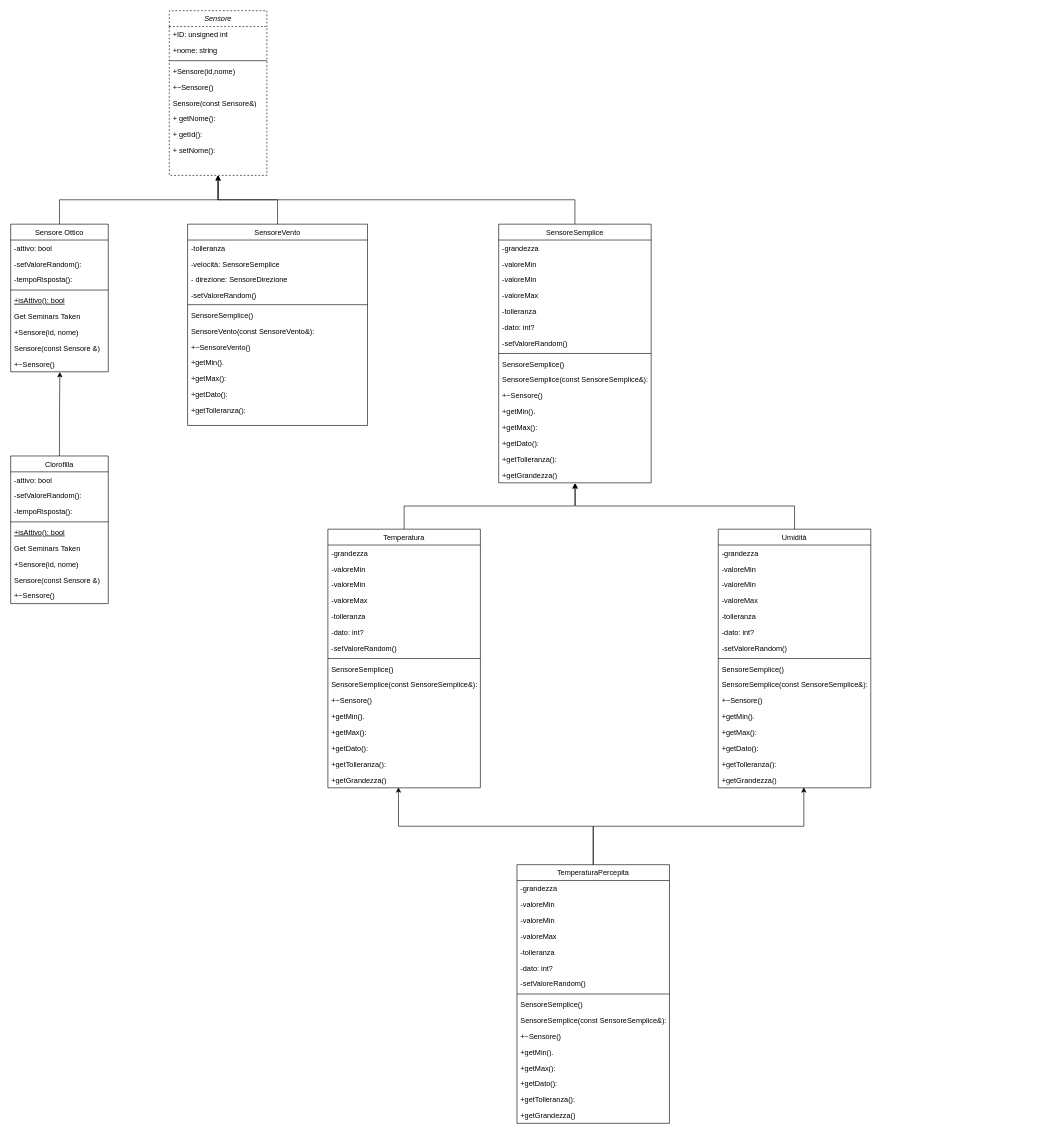
Earlier version of the draw.io diagram Pao2024lo.drawio (matteoumatche/PAO2024). Source tidied: cells renumbered, new cells numbered last; positions are measured from the earlier drawing's top-left corner, leaving out a move shared by most shapes. Both pictures are drawn from the tidied source at 61%, with x=0, y=0 at pixel (10, 10).
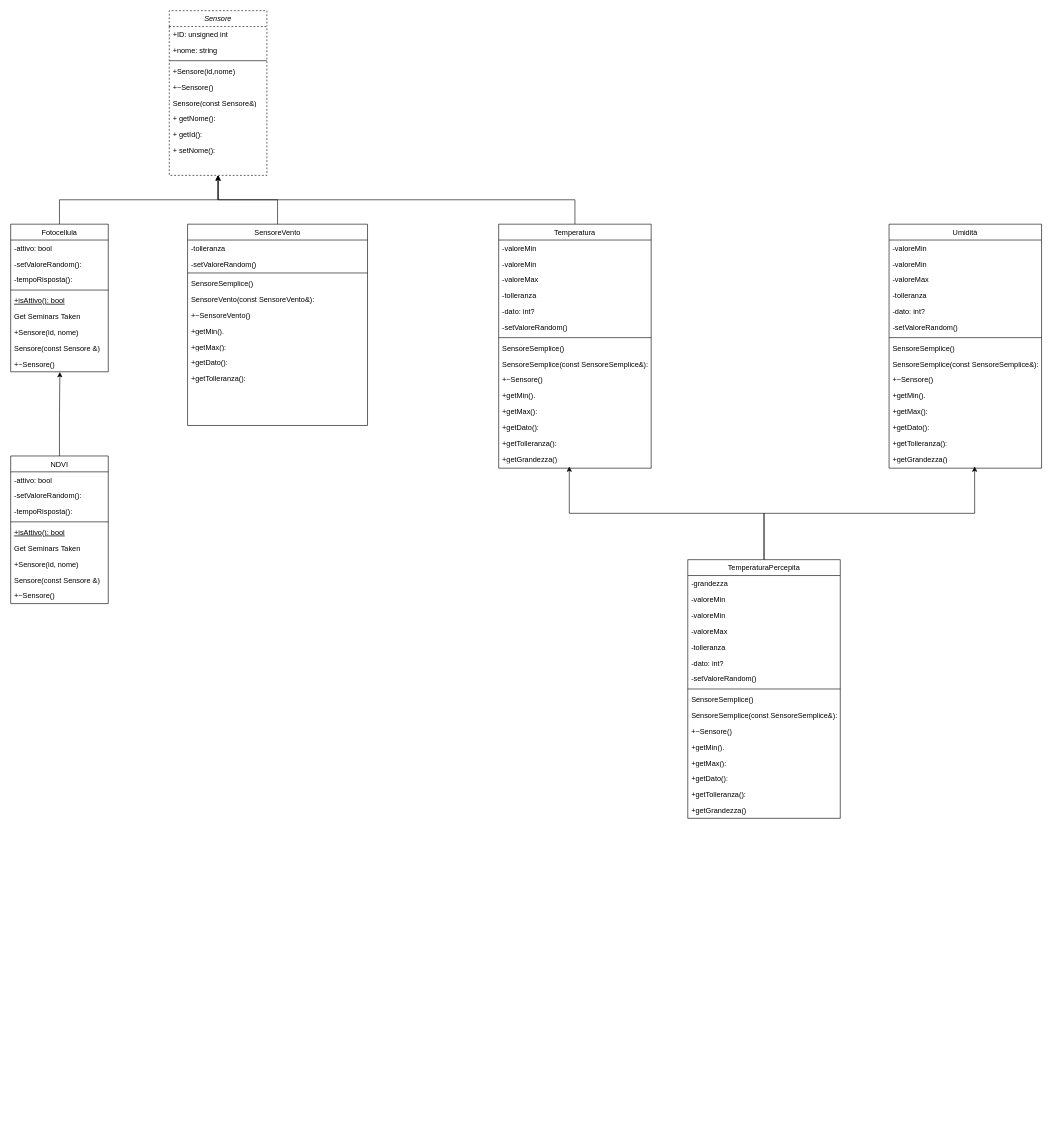
Above is the later version.

Unchanged cells that the change refers to:
```xml
<mxCell id="2" value="Sensore" style="swimlane;fontStyle=2;align=center;verticalAlign=top;horizontal=1;startSize=26;rounded=0;shadow=0;strokeWidth=1;dashed=1;" parent="1" vertex="1">
  <mxGeometry x="260" width="160" height="270" as="geometry" />
</mxCell>
<mxCell id="42" value="SensoreVento" style="swimlane;fontStyle=0;align=center;verticalAlign=top;horizontal=1;startSize=26;rounded=0;shadow=0;strokeWidth=1;" parent="1" vertex="1">
  <mxGeometry x="290" y="350" width="295" height="330" as="geometry" />
</mxCell>
```

Diff of the diagram source:
```diff
@@
-    <mxCell id="13" value="Sensore Ottico" style="swimlane;fontStyle=0;align=center;verticalAlign=top;horizontal=1;startSize=26;rounded=0;shadow=0;strokeWidth=1;" parent="1" vertex="1">
+    <mxCell id="13" value="Fotocellula" style="swimlane;fontStyle=0;align=center;verticalAlign=top;horizontal=1;startSize=26;rounded=0;shadow=0;strokeWidth=1;" parent="1" vertex="1">
       <mxGeometry y="350" width="160" height="242" as="geometry" />
     </mxCell>
@@
-    <mxCell id="23" style="edgeStyle=orthogonalEdgeStyle;rounded=0;jettySize=auto;html=1;entryX=0.5;entryY=1;entryDx=0;entryDy=0;" parent="1" edge="1" source="24" target="2">
+    <mxCell id="23" style="edgeStyle=orthogonalEdgeStyle;rounded=0;jettySize=auto;html=1;entryX=0.5;entryY=1;entryDx=0;entryDy=0;" parent="1" edge="1" target="2">
       <mxGeometry relative="1" as="geometry">
+        <mxPoint x="925" y="350" as="sourcePoint" />
         <Array as="points">
           <mxPoint x="925" y="310" />
           <mxPoint x="340" y="310" />
         </Array>
       </mxGeometry>
     </mxCell>
-    <mxCell id="24" value="SensoreSemplice" style="swimlane;fontStyle=0;align=center;verticalAlign=top;horizontal=1;startSize=26;rounded=0;shadow=0;strokeWidth=1;" parent="1" vertex="1">
-      <mxGeometry x="800" y="350" width="250" height="424" as="geometry" />
-    </mxCell>
-    <mxCell id="25" value="-grandezza" style="text;align=left;verticalAlign=top;spacingLeft=4;spacingRight=4;overflow=hidden;" parent="24" vertex="1">
-      <mxGeometry y="26" width="250" height="26" as="geometry" />
-    </mxCell>
-    <mxCell id="26" value="-valoreMin" style="text;align=left;verticalAlign=top;spacingLeft=4;spacingRight=4;overflow=hidden;rounded=0;shadow=0;html=0;" parent="24" vertex="1">
-      <mxGeometry y="52" width="250" height="26" as="geometry" />
-    </mxCell>
-    <mxCell id="27" value="-valoreMin" style="text;align=left;verticalAlign=top;spacingLeft=4;spacingRight=4;overflow=hidden;rounded=0;shadow=0;html=0;" parent="24" vertex="1">
-      <mxGeometry y="78" width="250" height="26" as="geometry" />
-    </mxCell>
-    <mxCell id="28" value="-valoreMax" style="text;align=left;verticalAlign=top;spacingLeft=4;spacingRight=4;overflow=hidden;rounded=0;shadow=0;html=0;" parent="24" vertex="1">
-      <mxGeometry y="104" width="250" height="26" as="geometry" />
-    </mxCell>
-    <mxCell id="29" value="-tolleranza" style="text;align=left;verticalAlign=top;spacingLeft=4;spacingRight=4;overflow=hidden;rounded=0;shadow=0;html=0;" parent="24" vertex="1">
-      <mxGeometry y="130" width="250" height="26" as="geometry" />
-    </mxCell>
-    <mxCell id="30" value="-dato: int?" style="text;strokeColor=none;fillColor=none;align=left;verticalAlign=top;spacingLeft=4;spacingRight=4;overflow=hidden;whiteSpace=wrap;html=1;" parent="24" vertex="1">
-      <mxGeometry y="156" width="250" height="26" as="geometry" />
-    </mxCell>
-    <mxCell id="31" value="-setValoreRandom()" style="text;align=left;verticalAlign=top;spacingLeft=4;spacingRight=4;overflow=hidden;rounded=0;shadow=0;html=0;" parent="24" vertex="1">
-      <mxGeometry y="182" width="250" height="26" as="geometry" />
-    </mxCell>
-    <mxCell id="32" style="line;html=1;strokeWidth=1;align=left;verticalAlign=middle;spacingTop=-1;spacingLeft=3;spacingRight=3;labelPosition=right;" parent="24" vertex="1">
-      <mxGeometry y="208" width="250" height="8" as="geometry" />
-    </mxCell>
-    <mxCell id="33" value="SensoreSemplice()" style="text;align=left;verticalAlign=top;spacingLeft=4;spacingRight=4;overflow=hidden;" parent="24" vertex="1">
-      <mxGeometry y="216" width="250" height="26" as="geometry" />
-    </mxCell>
-    <mxCell id="34" value="SensoreSemplice(const SensoreSemplice&amp;):" style="text;align=left;verticalAlign=top;spacingLeft=4;spacingRight=4;overflow=hidden;" parent="24" vertex="1">
-      <mxGeometry y="242" width="250" height="26" as="geometry" />
-    </mxCell>
-    <mxCell id="35" value="+~Sensore()" style="text;align=left;verticalAlign=top;spacingLeft=4;spacingRight=4;overflow=hidden;" parent="24" vertex="1">
-      <mxGeometry y="268" width="250" height="26" as="geometry" />
-    </mxCell>
-    <mxCell id="36" value="+getMin()." style="text;strokeColor=none;fillColor=none;align=left;verticalAlign=top;spacingLeft=4;spacingRight=4;overflow=hidden;whiteSpace=wrap;html=1;" parent="24" vertex="1">
-      <mxGeometry y="294" width="250" height="26" as="geometry" />
-    </mxCell>
-    <mxCell id="37" value="+getMax():" style="text;strokeColor=none;fillColor=none;align=left;verticalAlign=top;spacingLeft=4;spacingRight=4;overflow=hidden;whiteSpace=wrap;html=1;" parent="24" vertex="1">
-      <mxGeometry y="320" width="250" height="26" as="geometry" />
-    </mxCell>
-    <mxCell id="38" value="+getDato():" style="text;strokeColor=none;fillColor=none;align=left;verticalAlign=top;spacingLeft=4;spacingRight=4;overflow=hidden;whiteSpace=wrap;html=1;" parent="24" vertex="1">
-      <mxGeometry y="346" width="250" height="26" as="geometry" />
-    </mxCell>
-    <mxCell id="39" value="+getTolleranza():" style="text;strokeColor=none;fillColor=none;align=left;verticalAlign=top;spacingLeft=4;spacingRight=4;overflow=hidden;whiteSpace=wrap;html=1;" parent="24" vertex="1">
-      <mxGeometry y="372" width="250" height="26" as="geometry" />
-    </mxCell>
-    <mxCell id="40" value="+getGrandezza()" style="text;strokeColor=none;fillColor=none;align=left;verticalAlign=top;spacingLeft=4;spacingRight=4;overflow=hidden;points=[[0,0.5],[1,0.5]];portConstraint=eastwest;whiteSpace=wrap;html=1;" parent="24" vertex="1">
-      <mxGeometry y="398" width="250" height="26" as="geometry" />
-    </mxCell>
@@
-    <mxCell id="44" value="-velocità: SensoreSemplice" style="text;strokeColor=none;fillColor=none;align=left;verticalAlign=top;spacingLeft=4;spacingRight=4;overflow=hidden;whiteSpace=wrap;html=1;" parent="42" vertex="1">
-      <mxGeometry y="52" width="295" height="26" as="geometry" />
-    </mxCell>
-    <mxCell id="45" value="- direzione: SensoreDirezione" style="text;strokeColor=none;fillColor=none;align=left;verticalAlign=top;spacingLeft=4;spacingRight=4;overflow=hidden;whiteSpace=wrap;html=1;" parent="42" vertex="1">
-      <mxGeometry y="78" width="295" height="26" as="geometry" />
-    </mxCell>
     <mxCell id="46" value="-setValoreRandom()" style="text;align=left;verticalAlign=top;spacingLeft=4;spacingRight=4;overflow=hidden;rounded=0;shadow=0;html=0;" parent="42" vertex="1">
-      <mxGeometry y="104" width="295" height="24" as="geometry" />
+      <mxGeometry y="52" width="295" height="24" as="geometry" />
     </mxCell>
     <mxCell id="47" style="line;html=1;strokeWidth=1;align=left;verticalAlign=middle;spacingTop=-1;spacingLeft=3;spacingRight=3;labelPosition=right;" parent="42" vertex="1">
-      <mxGeometry y="128" width="295" height="8" as="geometry" />
+      <mxGeometry y="76" width="295" height="8" as="geometry" />
     </mxCell>
     <mxCell id="48" value="SensoreSemplice()" style="text;align=left;verticalAlign=top;spacingLeft=4;spacingRight=4;overflow=hidden;" parent="42" vertex="1">
-      <mxGeometry y="136" width="295" height="26" as="geometry" />
+      <mxGeometry y="84" width="295" height="26" as="geometry" />
     </mxCell>
     <mxCell id="49" value="SensoreVento(const SensoreVento&amp;):" style="text;align=left;verticalAlign=top;spacingLeft=4;spacingRight=4;overflow=hidden;" parent="42" vertex="1">
-      <mxGeometry y="162" width="295" height="26" as="geometry" />
+      <mxGeometry y="110" width="295" height="26" as="geometry" />
     </mxCell>
     <mxCell id="50" value="+~SensoreVento()" style="text;align=left;verticalAlign=top;spacingLeft=4;spacingRight=4;overflow=hidden;" parent="42" vertex="1">
-      <mxGeometry y="188" width="295" height="26" as="geometry" />
+      <mxGeometry y="136" width="295" height="26" as="geometry" />
     </mxCell>
     <mxCell id="51" value="+getMin()." style="text;strokeColor=none;fillColor=none;align=left;verticalAlign=top;spacingLeft=4;spacingRight=4;overflow=hidden;whiteSpace=wrap;html=1;" parent="42" vertex="1">
-      <mxGeometry y="214" width="295" height="26" as="geometry" />
+      <mxGeometry y="162" width="295" height="26" as="geometry" />
     </mxCell>
     <mxCell id="52" value="+getMax():" style="text;strokeColor=none;fillColor=none;align=left;verticalAlign=top;spacingLeft=4;spacingRight=4;overflow=hidden;whiteSpace=wrap;html=1;" parent="42" vertex="1">
-      <mxGeometry y="240" width="295" height="26" as="geometry" />
+      <mxGeometry y="188" width="295" height="26" as="geometry" />
     </mxCell>
     <mxCell id="53" value="+getDato():" style="text;strokeColor=none;fillColor=none;align=left;verticalAlign=top;spacingLeft=4;spacingRight=4;overflow=hidden;whiteSpace=wrap;html=1;" parent="42" vertex="1">
-      <mxGeometry y="266" width="295" height="26" as="geometry" />
+      <mxGeometry y="214" width="295" height="26" as="geometry" />
     </mxCell>
     <mxCell id="54" value="+getTolleranza():" style="text;strokeColor=none;fillColor=none;align=left;verticalAlign=top;spacingLeft=4;spacingRight=4;overflow=hidden;whiteSpace=wrap;html=1;" parent="42" vertex="1">
-      <mxGeometry y="292" width="295" height="26" as="geometry" />
+      <mxGeometry y="240" width="295" height="26" as="geometry" />
     </mxCell>
     <mxCell id="55" value="Temperatura" style="swimlane;fontStyle=0;align=center;verticalAlign=top;horizontal=1;startSize=26;rounded=0;shadow=0;strokeWidth=1;" parent="1" vertex="1">
-      <mxGeometry x="520" y="850" width="250" height="424" as="geometry" />
+      <mxGeometry x="800" y="350" width="250" height="400" as="geometry" />
     </mxCell>
-    <mxCell id="56" value="-grandezza" style="text;align=left;verticalAlign=top;spacingLeft=4;spacingRight=4;overflow=hidden;" parent="55" vertex="1">
-      <mxGeometry y="26" width="250" height="26" as="geometry" />
-    </mxCell>
     <mxCell id="57" value="-valoreMin" style="text;align=left;verticalAlign=top;spacingLeft=4;spacingRight=4;overflow=hidden;rounded=0;shadow=0;html=0;" parent="55" vertex="1">
-      <mxGeometry y="52" width="250" height="26" as="geometry" />
+      <mxGeometry y="26" width="250" height="26" as="geometry" />
     </mxCell>
     <mxCell id="58" value="-valoreMin" style="text;align=left;verticalAlign=top;spacingLeft=4;spacingRight=4;overflow=hidden;rounded=0;shadow=0;html=0;" parent="55" vertex="1">
-      <mxGeometry y="78" width="250" height="26" as="geometry" />
+      <mxGeometry y="52" width="250" height="26" as="geometry" />
     </mxCell>
     <mxCell id="59" value="-valoreMax" style="text;align=left;verticalAlign=top;spacingLeft=4;spacingRight=4;overflow=hidden;rounded=0;shadow=0;html=0;" parent="55" vertex="1">
-      <mxGeometry y="104" width="250" height="26" as="geometry" />
+      <mxGeometry y="78" width="250" height="26" as="geometry" />
     </mxCell>
     <mxCell id="60" value="-tolleranza" style="text;align=left;verticalAlign=top;spacingLeft=4;spacingRight=4;overflow=hidden;rounded=0;shadow=0;html=0;" parent="55" vertex="1">
-      <mxGeometry y="130" width="250" height="26" as="geometry" />
+      <mxGeometry y="104" width="250" height="26" as="geometry" />
     </mxCell>
     <mxCell id="61" value="-dato: int?" style="text;strokeColor=none;fillColor=none;align=left;verticalAlign=top;spacingLeft=4;spacingRight=4;overflow=hidden;whiteSpace=wrap;html=1;" parent="55" vertex="1">
-      <mxGeometry y="156" width="250" height="26" as="geometry" />
+      <mxGeometry y="130" width="250" height="26" as="geometry" />
     </mxCell>
     <mxCell id="62" value="-setValoreRandom()" style="text;align=left;verticalAlign=top;spacingLeft=4;spacingRight=4;overflow=hidden;rounded=0;shadow=0;html=0;" parent="55" vertex="1">
-      <mxGeometry y="182" width="250" height="26" as="geometry" />
+      <mxGeometry y="156" width="250" height="26" as="geometry" />
     </mxCell>
     <mxCell id="63" style="line;html=1;strokeWidth=1;align=left;verticalAlign=middle;spacingTop=-1;spacingLeft=3;spacingRight=3;labelPosition=right;" parent="55" vertex="1">
-      <mxGeometry y="208" width="250" height="8" as="geometry" />
+      <mxGeometry y="182" width="250" height="8" as="geometry" />
     </mxCell>
     <mxCell id="64" value="SensoreSemplice()" style="text;align=left;verticalAlign=top;spacingLeft=4;spacingRight=4;overflow=hidden;" parent="55" vertex="1">
-      <mxGeometry y="216" width="250" height="26" as="geometry" />
+      <mxGeometry y="190" width="250" height="26" as="geometry" />
     </mxCell>
     <mxCell id="65" value="SensoreSemplice(const SensoreSemplice&amp;):" style="text;align=left;verticalAlign=top;spacingLeft=4;spacingRight=4;overflow=hidden;" parent="55" vertex="1">
-      <mxGeometry y="242" width="250" height="26" as="geometry" />
+      <mxGeometry y="216" width="250" height="26" as="geometry" />
     </mxCell>
     <mxCell id="66" value="+~Sensore()" style="text;align=left;verticalAlign=top;spacingLeft=4;spacingRight=4;overflow=hidden;" parent="55" vertex="1">
-      <mxGeometry y="268" width="250" height="26" as="geometry" />
+      <mxGeometry y="242" width="250" height="26" as="geometry" />
     </mxCell>
     <mxCell id="67" value="+getMin()." style="text;strokeColor=none;fillColor=none;align=left;verticalAlign=top;spacingLeft=4;spacingRight=4;overflow=hidden;whiteSpace=wrap;html=1;" parent="55" vertex="1">
-      <mxGeometry y="294" width="250" height="26" as="geometry" />
+      <mxGeometry y="268" width="250" height="26" as="geometry" />
     </mxCell>
     <mxCell id="68" value="+getMax():" style="text;strokeColor=none;fillColor=none;align=left;verticalAlign=top;spacingLeft=4;spacingRight=4;overflow=hidden;whiteSpace=wrap;html=1;" parent="55" vertex="1">
-      <mxGeometry y="320" width="250" height="26" as="geometry" />
+      <mxGeometry y="294" width="250" height="26" as="geometry" />
     </mxCell>
     <mxCell id="69" value="+getDato():" style="text;strokeColor=none;fillColor=none;align=left;verticalAlign=top;spacingLeft=4;spacingRight=4;overflow=hidden;whiteSpace=wrap;html=1;" parent="55" vertex="1">
-      <mxGeometry y="346" width="250" height="26" as="geometry" />
+      <mxGeometry y="320" width="250" height="26" as="geometry" />
     </mxCell>
     <mxCell id="70" value="+getTolleranza():" style="text;strokeColor=none;fillColor=none;align=left;verticalAlign=top;spacingLeft=4;spacingRight=4;overflow=hidden;whiteSpace=wrap;html=1;" parent="55" vertex="1">
-      <mxGeometry y="372" width="250" height="26" as="geometry" />
+      <mxGeometry y="346" width="250" height="26" as="geometry" />
     </mxCell>
     <mxCell id="71" value="+getGrandezza()" style="text;strokeColor=none;fillColor=none;align=left;verticalAlign=top;spacingLeft=4;spacingRight=4;overflow=hidden;points=[[0,0.5],[1,0.5]];portConstraint=eastwest;whiteSpace=wrap;html=1;" parent="55" vertex="1">
-      <mxGeometry y="398" width="250" height="26" as="geometry" />
+      <mxGeometry y="372" width="250" height="26" as="geometry" />
     </mxCell>
     <mxCell id="72" value="Umidità" style="swimlane;fontStyle=0;align=center;verticalAlign=top;horizontal=1;startSize=26;rounded=0;shadow=0;strokeWidth=1;" parent="1" vertex="1">
-      <mxGeometry x="1160" y="850" width="250" height="424" as="geometry" />
+      <mxGeometry x="1440" y="350" width="250" height="400" as="geometry" />
     </mxCell>
-    <mxCell id="73" value="-grandezza" style="text;align=left;verticalAlign=top;spacingLeft=4;spacingRight=4;overflow=hidden;" parent="72" vertex="1">
-      <mxGeometry y="26" width="250" height="26" as="geometry" />
-    </mxCell>
     <mxCell id="74" value="-valoreMin" style="text;align=left;verticalAlign=top;spacingLeft=4;spacingRight=4;overflow=hidden;rounded=0;shadow=0;html=0;" parent="72" vertex="1">
-      <mxGeometry y="52" width="250" height="26" as="geometry" />
+      <mxGeometry y="26" width="250" height="26" as="geometry" />
     </mxCell>
     <mxCell id="75" value="-valoreMin" style="text;align=left;verticalAlign=top;spacingLeft=4;spacingRight=4;overflow=hidden;rounded=0;shadow=0;html=0;" parent="72" vertex="1">
-      <mxGeometry y="78" width="250" height="26" as="geometry" />
+      <mxGeometry y="52" width="250" height="26" as="geometry" />
     </mxCell>
     <mxCell id="76" value="-valoreMax" style="text;align=left;verticalAlign=top;spacingLeft=4;spacingRight=4;overflow=hidden;rounded=0;shadow=0;html=0;" parent="72" vertex="1">
-      <mxGeometry y="104" width="250" height="26" as="geometry" />
+      <mxGeometry y="78" width="250" height="26" as="geometry" />
     </mxCell>
     <mxCell id="77" value="-tolleranza" style="text;align=left;verticalAlign=top;spacingLeft=4;spacingRight=4;overflow=hidden;rounded=0;shadow=0;html=0;" parent="72" vertex="1">
-      <mxGeometry y="130" width="250" height="26" as="geometry" />
+      <mxGeometry y="104" width="250" height="26" as="geometry" />
     </mxCell>
     <mxCell id="78" value="-dato: int?" style="text;strokeColor=none;fillColor=none;align=left;verticalAlign=top;spacingLeft=4;spacingRight=4;overflow=hidden;whiteSpace=wrap;html=1;" parent="72" vertex="1">
-      <mxGeometry y="156" width="250" height="26" as="geometry" />
+      <mxGeometry y="130" width="250" height="26" as="geometry" />
     </mxCell>
     <mxCell id="79" value="-setValoreRandom()" style="text;align=left;verticalAlign=top;spacingLeft=4;spacingRight=4;overflow=hidden;rounded=0;shadow=0;html=0;" parent="72" vertex="1">
-      <mxGeometry y="182" width="250" height="26" as="geometry" />
+      <mxGeometry y="156" width="250" height="26" as="geometry" />
     </mxCell>
     <mxCell id="80" style="line;html=1;strokeWidth=1;align=left;verticalAlign=middle;spacingTop=-1;spacingLeft=3;spacingRight=3;labelPosition=right;" parent="72" vertex="1">
-      <mxGeometry y="208" width="250" height="8" as="geometry" />
+      <mxGeometry y="182" width="250" height="8" as="geometry" />
     </mxCell>
     <mxCell id="81" value="SensoreSemplice()" style="text;align=left;verticalAlign=top;spacingLeft=4;spacingRight=4;overflow=hidden;" parent="72" vertex="1">
-      <mxGeometry y="216" width="250" height="26" as="geometry" />
+      <mxGeometry y="190" width="250" height="26" as="geometry" />
     </mxCell>
     <mxCell id="82" value="SensoreSemplice(const SensoreSemplice&amp;):" style="text;align=left;verticalAlign=top;spacingLeft=4;spacingRight=4;overflow=hidden;" parent="72" vertex="1">
-      <mxGeometry y="242" width="250" height="26" as="geometry" />
+      <mxGeometry y="216" width="250" height="26" as="geometry" />
     </mxCell>
     <mxCell id="83" value="+~Sensore()" style="text;align=left;verticalAlign=top;spacingLeft=4;spacingRight=4;overflow=hidden;" parent="72" vertex="1">
-      <mxGeometry y="268" width="250" height="26" as="geometry" />
+      <mxGeometry y="242" width="250" height="26" as="geometry" />
     </mxCell>
     <mxCell id="84" value="+getMin()." style="text;strokeColor=none;fillColor=none;align=left;verticalAlign=top;spacingLeft=4;spacingRight=4;overflow=hidden;whiteSpace=wrap;html=1;" parent="72" vertex="1">
-      <mxGeometry y="294" width="250" height="26" as="geometry" />
+      <mxGeometry y="268" width="250" height="26" as="geometry" />
     </mxCell>
     <mxCell id="85" value="+getMax():" style="text;strokeColor=none;fillColor=none;align=left;verticalAlign=top;spacingLeft=4;spacingRight=4;overflow=hidden;whiteSpace=wrap;html=1;" parent="72" vertex="1">
-      <mxGeometry y="320" width="250" height="26" as="geometry" />
+      <mxGeometry y="294" width="250" height="26" as="geometry" />
     </mxCell>
     <mxCell id="86" value="+getDato():" style="text;strokeColor=none;fillColor=none;align=left;verticalAlign=top;spacingLeft=4;spacingRight=4;overflow=hidden;whiteSpace=wrap;html=1;" parent="72" vertex="1">
-      <mxGeometry y="346" width="250" height="26" as="geometry" />
+      <mxGeometry y="320" width="250" height="26" as="geometry" />
     </mxCell>
     <mxCell id="87" value="+getTolleranza():" style="text;strokeColor=none;fillColor=none;align=left;verticalAlign=top;spacingLeft=4;spacingRight=4;overflow=hidden;whiteSpace=wrap;html=1;" parent="72" vertex="1">
-      <mxGeometry y="372" width="250" height="26" as="geometry" />
+      <mxGeometry y="346" width="250" height="26" as="geometry" />
     </mxCell>
     <mxCell id="88" value="+getGrandezza()" style="text;strokeColor=none;fillColor=none;align=left;verticalAlign=top;spacingLeft=4;spacingRight=4;overflow=hidden;points=[[0,0.5],[1,0.5]];portConstraint=eastwest;whiteSpace=wrap;html=1;" parent="72" vertex="1">
-      <mxGeometry y="398" width="250" height="26" as="geometry" />
+      <mxGeometry y="372" width="250" height="26" as="geometry" />
     </mxCell>
-    <mxCell id="89" style="edgeStyle=orthogonalEdgeStyle;rounded=0;jettySize=auto;html=1;entryX=0.503;entryY=1.038;entryDx=0;entryDy=0;entryPerimeter=0;" parent="1" edge="1" source="72" target="40">
-      <mxGeometry relative="1" as="geometry" />
-    </mxCell>
-    <mxCell id="90" style="edgeStyle=orthogonalEdgeStyle;rounded=0;jettySize=auto;html=1;entryX=0.499;entryY=1.038;entryDx=0;entryDy=0;entryPerimeter=0;" parent="1" edge="1" source="55" target="40">
-      <mxGeometry relative="1" as="geometry" />
-    </mxCell>
     <mxCell id="91" value="TemperaturaPercepita" style="swimlane;fontStyle=0;align=center;verticalAlign=top;horizontal=1;startSize=26;rounded=0;shadow=0;strokeWidth=1;" parent="1" vertex="1">
-      <mxGeometry x="830" y="1400" width="250" height="424" as="geometry" />
+      <mxGeometry x="1110" y="900" width="250" height="424" as="geometry" />
     </mxCell>
@@
-    <mxCell id="110" value="Clorofilla" style="swimlane;fontStyle=0;align=center;verticalAlign=top;horizontal=1;startSize=26;rounded=0;shadow=0;strokeWidth=1;" parent="1" vertex="1">
+    <mxCell id="110" value="NDVI" style="swimlane;fontStyle=0;align=center;verticalAlign=top;horizontal=1;startSize=26;rounded=0;shadow=0;strokeWidth=1;" parent="1" vertex="1">
       <mxGeometry y="730" width="160" height="242" as="geometry" />
     </mxCell>
```
